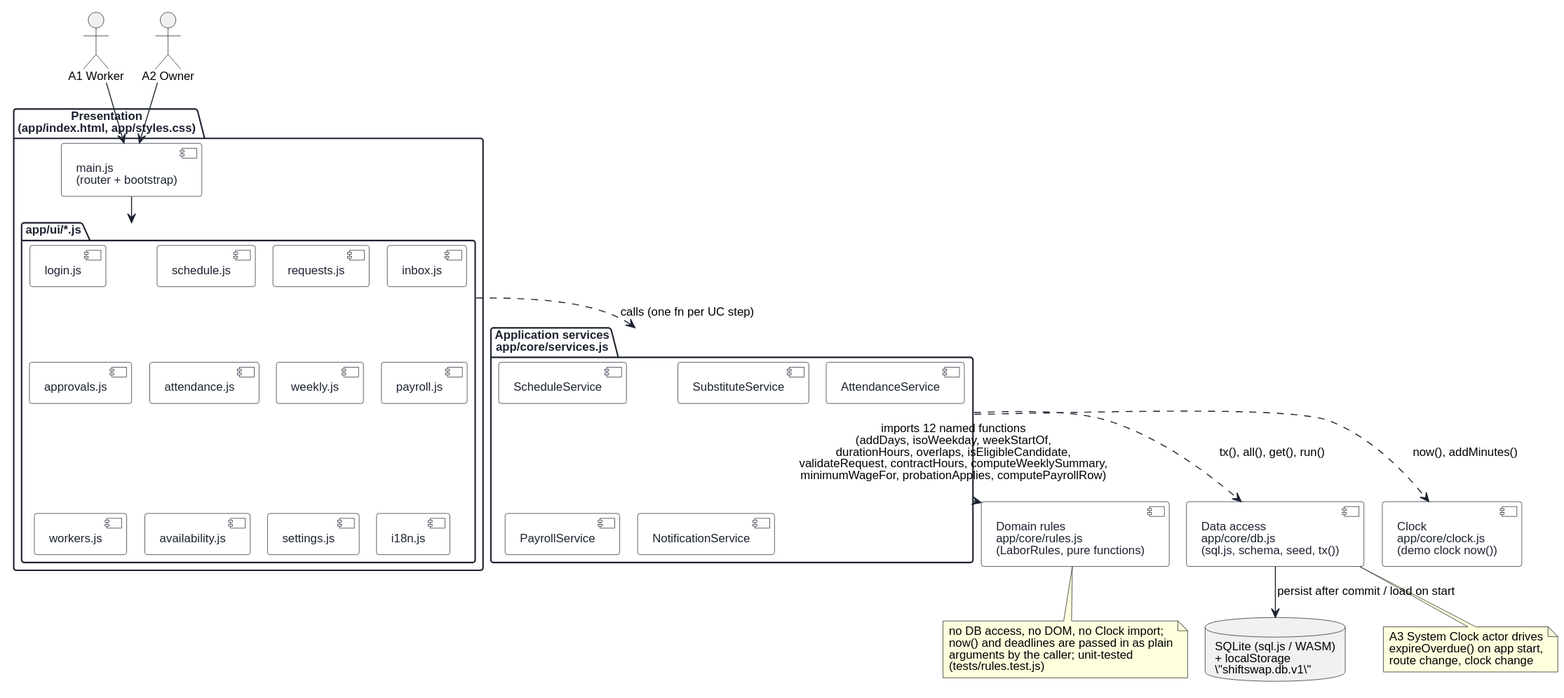
This is uml/component.svg from keemlogan/shiftswap, a PlantUML export, as it was before one commit.
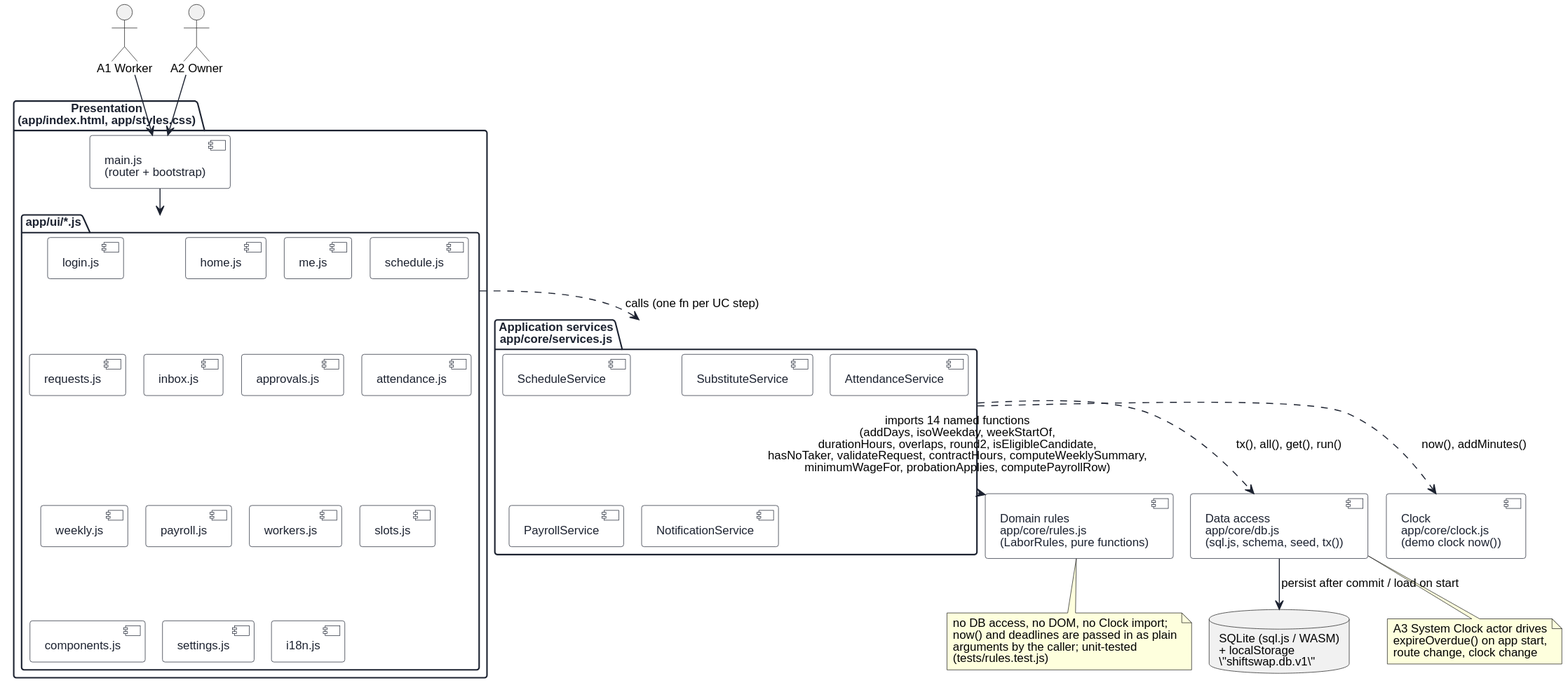
The same diagram one commit later.

The edit, as a diff of the source:
```diff
@@ -27,6 +27,8 @@
   [main.js\n(router + bootstrap)] as Main
   package "app/ui/*.js" as UI {
     [login.js]
+    [home.js]
+    [me.js]
     [schedule.js]
     [requests.js]
     [inbox.js]
@@ -35,7 +37,8 @@
     [weekly.js]
     [payroll.js]
     [workers.js]
-    [availability.js]
+    [slots.js]
+    [components.js]
     [settings.js]
     [i18n.js]
   }
@@ -62,7 +65,7 @@
 Main --> UI
 
 UI ..> AppServices : calls (one fn per UC step)
-AppServices ..> Rules : imports 12 named functions\n(addDays, isoWeekday, weekStartOf,\ndurationHours, overlaps, isEligibleCandidate,\nvalidateRequest, contractHours, computeWeeklySummary,\nminimumWageFor, probationApplies, computePayrollRow)
+AppServices ..> Rules : imports 14 named functions\n(addDays, isoWeekday, weekStartOf,\ndurationHours, overlaps, round2, isEligibleCandidate,\nhasNoTaker, validateRequest, contractHours, computeWeeklySummary,\nminimumWageFor, probationApplies, computePayrollRow)
 AppServices ..> DBModule : tx(), all(), get(), run()
 AppServices ..> Clock : now(), addMinutes()
 DBModule --> Storage : persist after commit / load on start
```
